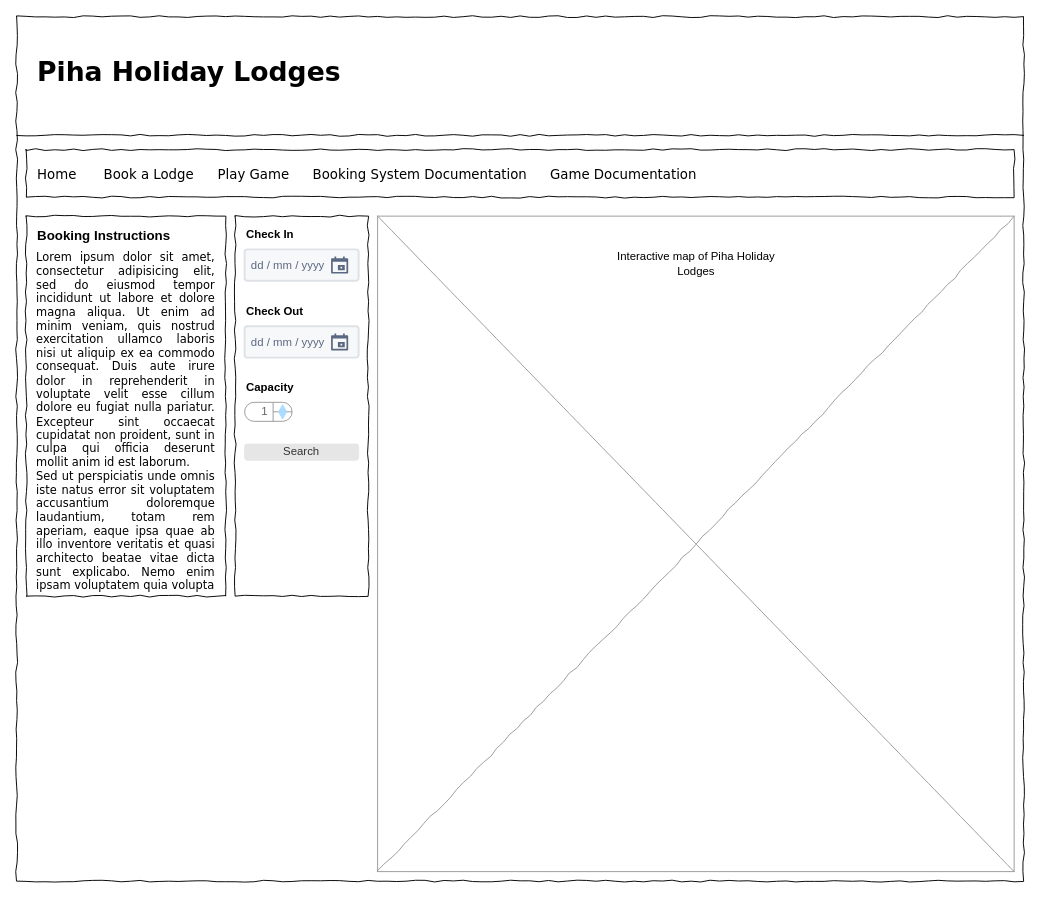
karanina/karanina.github.io keeps this draw.io diagram as page "Book a Lodge" (5 of 5) of Project2/Wireframes/wireframes.drawio. Above is the earlier version. Source tidied: cells renumbered, new cells numbered last; positions are measured from the earlier drawing's top-left corner, leaving out a move shared by most shapes. Both pictures are drawn from the tidied source at 95%, with x=0, y=0 at pixel (16, 16).
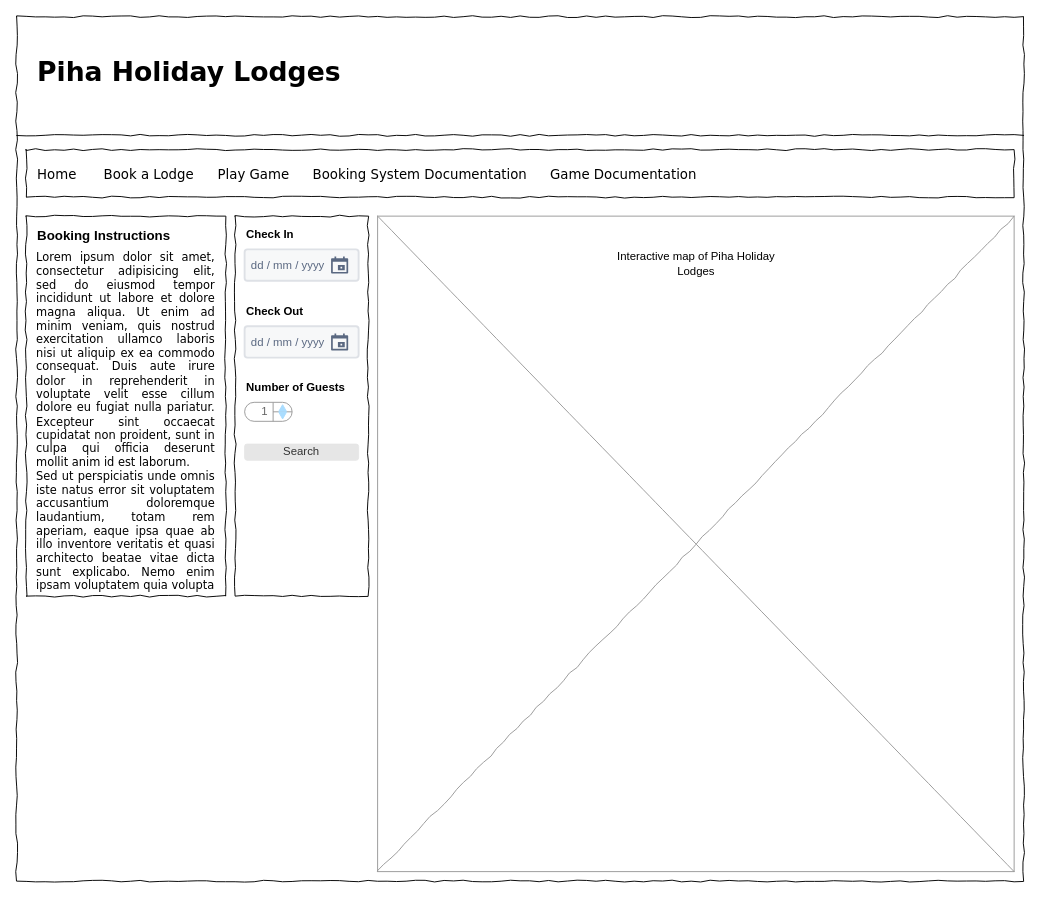
Above is the later version.

Change to the diagram source:
```diff
@@
-    <mxCell id="24" value="&lt;font style=&quot;font-size: 12px&quot; color=&quot;#000000&quot;&gt;Capacity&lt;/font&gt;" style="fillColor=none;strokeColor=none;html=1;fontSize=11;fontStyle=0;align=left;fontColor=#596780;fontStyle=1;fontSize=11;" parent="1" vertex="1">
+    <mxCell id="24" value="&lt;font style=&quot;font-size: 12px&quot; color=&quot;#000000&quot;&gt;Number of Guests&lt;/font&gt;" style="fillColor=none;strokeColor=none;html=1;fontSize=11;fontStyle=0;align=left;fontColor=#596780;fontStyle=1;fontSize=11;" parent="1" vertex="1">
       <mxGeometry x="240" y="381" width="113.3" height="20" as="geometry" />
     </mxCell>
```
